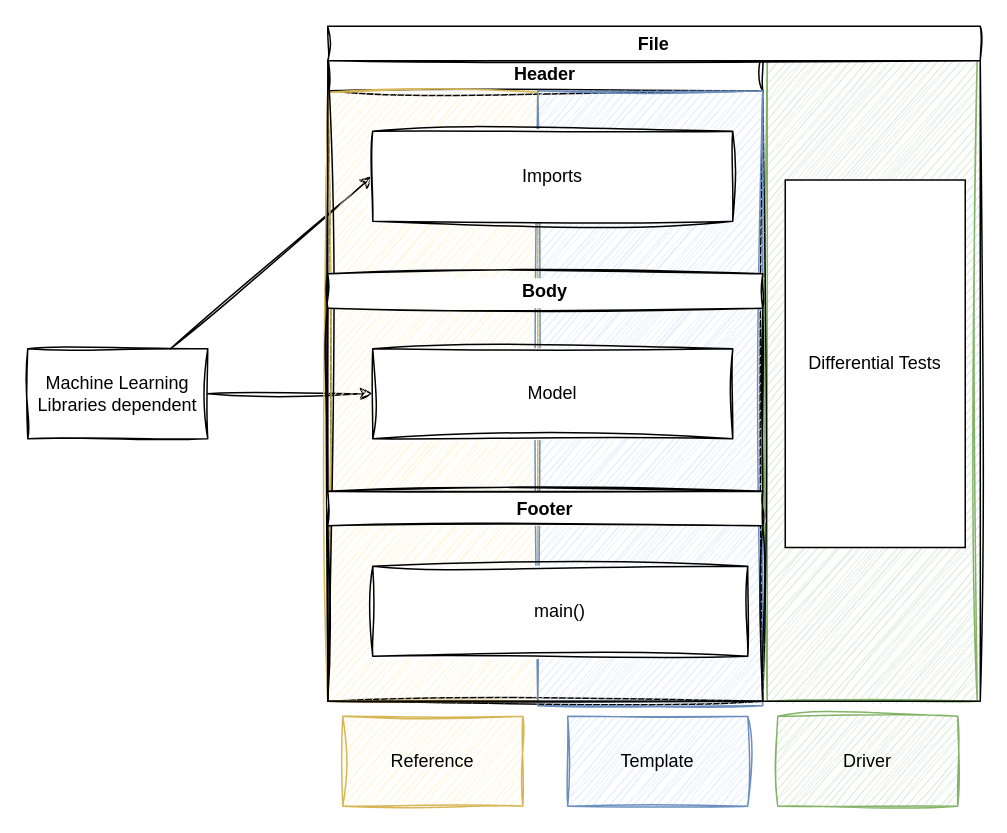
Before: Untitled Diagram.drawio in GloC99/diagrams, a draw.io diagram. Source tidied: cells renumbered, new cells numbered last; positions are measured from the earlier drawing's top-left corner, leaving out a move shared by most shapes. Both pictures are drawn from the tidied source at 150%, with x=0, y=0 at pixel (27, 26).
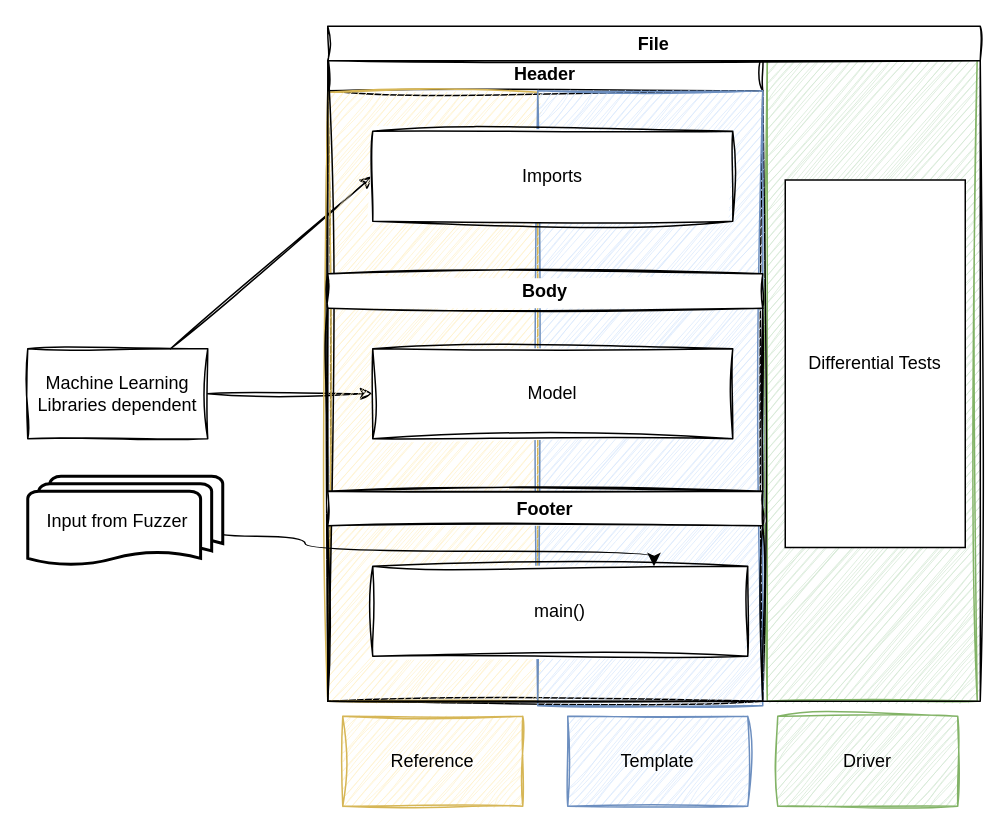
After the change.

The change refers to these unchanged cells:
```xml
<mxCell id="15" value="main()" style="rounded=0;whiteSpace=wrap;html=1;sketch=1;curveFitting=1;jiggle=2;" parent="14" vertex="1">
  <mxGeometry x="30" y="50" width="250" height="60" as="geometry" />
</mxCell>
```

The edit, as a diff of the source:
```diff
@@
+    <mxCell id="19" style="edgeStyle=orthogonalEdgeStyle;rounded=0;jettySize=auto;html=1;entryX=0.75;entryY=0;entryDx=0;entryDy=0;elbow=vertical;curved=1;exitX=1;exitY=0.5;exitDx=0;exitDy=0;exitPerimeter=0;" parent="1" edge="1" source="20" target="15">
+      <mxGeometry relative="1" as="geometry">
+        <Array as="points">
+          <mxPoint x="120" y="340" />
+          <mxPoint x="185" y="340" />
+          <mxPoint x="185" y="350" />
+          <mxPoint x="418" y="350" />
+        </Array>
+      </mxGeometry>
+    </mxCell>
+    <mxCell id="20" value="Input from Fuzzer&amp;nbsp; &amp;nbsp;" style="strokeWidth=2;html=1;shape=mxgraph.flowchart.multi-document;whiteSpace=wrap;" parent="1" vertex="1">
+      <mxGeometry y="300" width="130" height="60" as="geometry" />
+    </mxCell>
```
